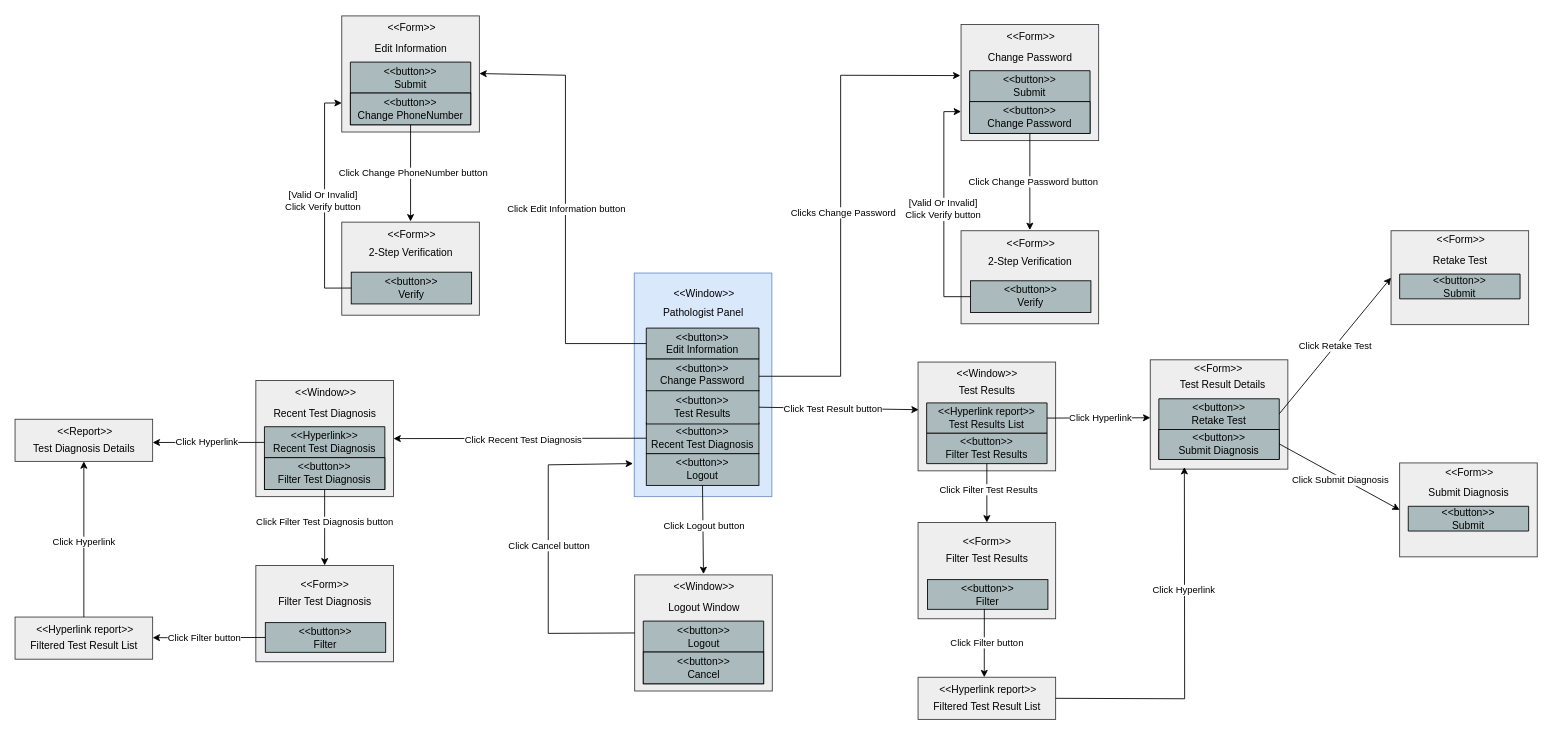
ArashSameni/SoftwareEngineering keeps this draw.io diagram as page "PathologistPanel" (6 of 7) of WindowsNavigationDiagram.drawio. Above is the earlier version. Source tidied: cells renumbered, new cells numbered last; positions are measured from the earlier drawing's top-left corner, leaving out a move shared by most shapes. Both pictures are drawn from the tidied source at 86%, with x=0, y=0 at pixel (15, 15).
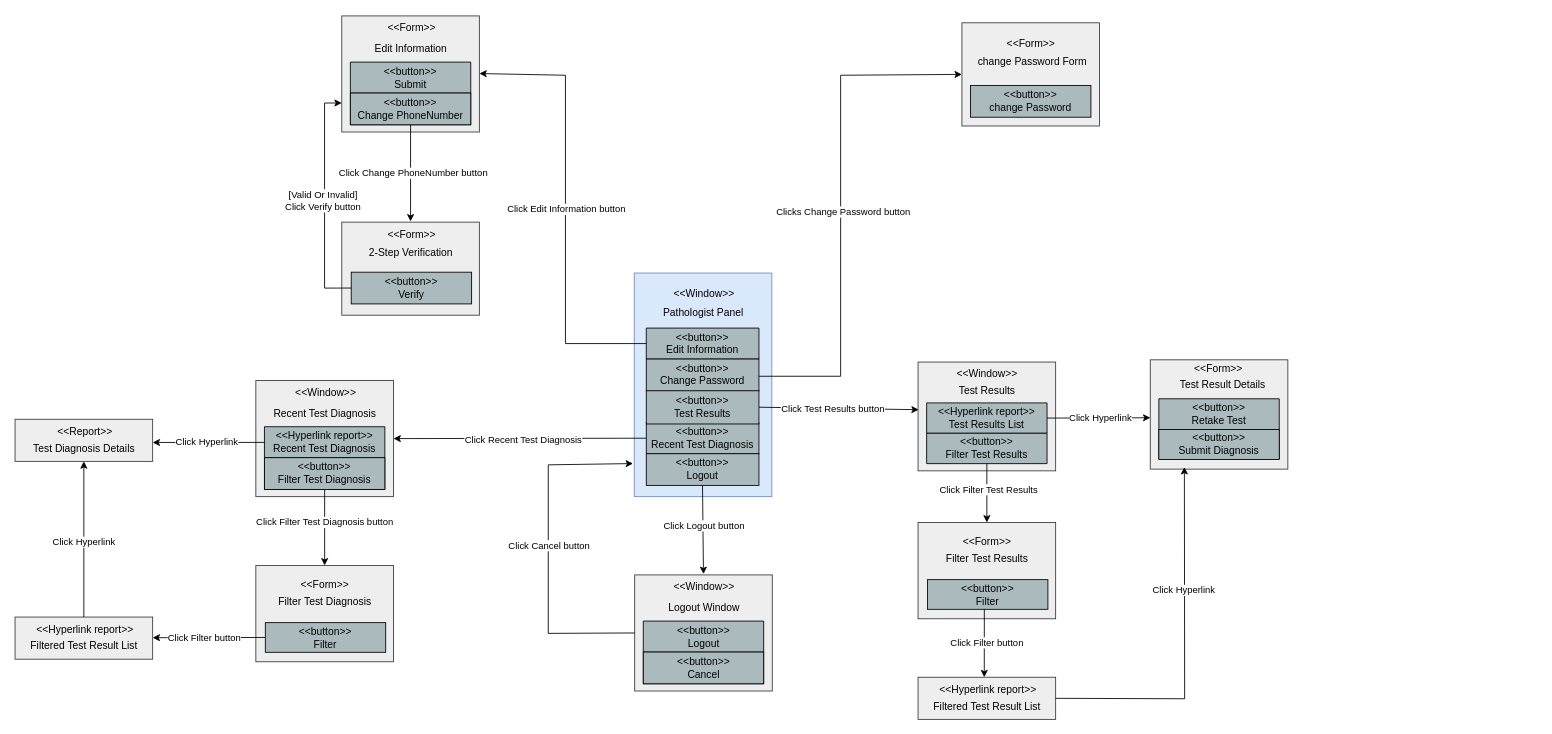
The same page after the edit.

Unchanged cells that the change refers to:
```xml
<mxCell id="8" style="endArrow=classic;html=1;rounded=0;entryX=0.005;entryY=0.438;entryDx=0;entryDy=0;exitX=1;exitY=0.5;exitDx=0;exitDy=0;entryPerimeter=0;" parent="1" edge="1" source="28" target="21">
  <mxGeometry relative="1" as="geometry" />
</mxCell>
<mxCell id="14" style="group;" parent="1" vertex="1">
  <mxGeometry x="280" y="424" width="160" height="136" as="geometry" />
</mxCell>
<mxCell id="74" value="&amp;lt;&amp;lt;button&amp;gt;&amp;gt;&lt;br&gt;Retake Test" style="swimlane;fontStyle=0;horizontal=1;startSize=36;whiteSpace=wrap;html=1;fillColor=#ABBBBD;strokeColor=#000000;fillStyle=auto;swimlaneFillColor=none;rounded=0;shadow=0;glass=0;swimlaneLine=1;noLabel=0;absoluteArcSize=0;portConstraintRotation=0;fixDash=0;backgroundOutline=0;enumerate=0;labelBackgroundColor=none;labelBorderColor=none;swimlaneHead=1;gradientColor=none;" parent="70" vertex="1">
  <mxGeometry x="10" y="46.2" width="140" height="70" as="geometry" />
</mxCell>
```

Diff of the diagram source:
```diff
@@
-    <mxCell id="9" value="Click Test Result button" style="edgeLabel;html=1;align=center;verticalAlign=middle;" parent="8" vertex="1">
+    <mxCell id="9" value="Click Test Results button" style="edgeLabel;html=1;align=center;verticalAlign=middle;" parent="8" vertex="1">
       <mxGeometry x="-0.07" relative="1" as="geometry" />
     </mxCell>
@@
-    <mxCell id="18" value="&amp;lt;&amp;lt;Hyperlink&amp;gt;&amp;gt;&lt;br&gt;Recent Test Diagnosis" style="swimlane;fontStyle=0;horizontal=1;startSize=36;whiteSpace=wrap;html=1;fillColor=#ABBBBD;strokeColor=#000000;fillStyle=auto;swimlaneFillColor=none;rounded=0;shadow=0;glass=0;swimlaneLine=1;noLabel=0;absoluteArcSize=0;portConstraintRotation=0;fixDash=0;backgroundOutline=0;enumerate=0;labelBackgroundColor=none;labelBorderColor=none;swimlaneHead=1;gradientColor=none;" parent="14" vertex="1">
+    <mxCell id="18" value="&amp;lt;&amp;lt;Hyperlink report&amp;gt;&amp;gt;&lt;br&gt;Recent Test Diagnosis" style="swimlane;fontStyle=0;horizontal=1;startSize=36;whiteSpace=wrap;html=1;fillColor=#ABBBBD;strokeColor=#000000;fillStyle=auto;swimlaneFillColor=none;rounded=0;shadow=0;glass=0;swimlaneLine=1;noLabel=0;absoluteArcSize=0;portConstraintRotation=0;fixDash=0;backgroundOutline=0;enumerate=0;labelBackgroundColor=none;labelBorderColor=none;swimlaneHead=1;gradientColor=none;" parent="14" vertex="1">
       <mxGeometry x="10" y="54.7" width="140" height="72.9" as="geometry" />
     </mxCell>
@@
-    <mxCell id="30" style="endArrow=classic;html=1;rounded=0;entryX=-0.005;entryY=0.444;entryDx=0;entryDy=0;entryPerimeter=0;" parent="1" edge="1" target="60">
+    <mxCell id="30" style="endArrow=classic;html=1;rounded=0;entryX=0;entryY=0.5;entryDx=0;entryDy=0;" parent="1" edge="1" target="128">
       <mxGeometry relative="1" as="geometry">
         <mxPoint x="865" y="420" as="sourcePoint" />
         <Array as="points">
           <mxPoint x="960" y="420" />
           <mxPoint x="960" y="70" />
         </Array>
       </mxGeometry>
     </mxCell>
-    <mxCell id="31" value="Clicks Change Password" style="edgeLabel;html=1;align=center;verticalAlign=middle;" parent="30" vertex="1">
+    <mxCell id="31" value="Clicks Change Password button" style="edgeLabel;html=1;align=center;verticalAlign=middle;" parent="30" vertex="1">
       <mxGeometry x="-0.02" y="-2" relative="1" as="geometry" />
     </mxCell>
@@
-    <mxCell id="55" style="group;" parent="1" vertex="1">
-      <mxGeometry x="1100" y="250" width="160" height="109" as="geometry" />
-    </mxCell>
-    <mxCell id="56" style="group;imageAlign=center;fillColor=#eeeeee;strokeColor=#36393d;imageVerticalAlign=top;fixDash=1;" parent="55" vertex="1">
-      <mxGeometry y="0.8" width="160" height="108.2" as="geometry" />
-    </mxCell>
-    <mxCell id="57" value="&amp;lt;&amp;lt;Form&amp;gt;&amp;gt;" style="text;html=1;align=center;verticalAlign=middle;strokeColor=none;fillColor=none;imageAlign=center;" parent="55" vertex="1">
-      <mxGeometry x="44" y="5.6" width="74" height="20.8" as="geometry" />
-    </mxCell>
-    <mxCell id="58" value="2-Step Verification" style="text;html=1;align=center;verticalAlign=middle;strokeColor=none;fillColor=none;imageAspect=0;imageVerticalAlign=top;fixDash=0;" parent="55" vertex="1">
-      <mxGeometry x="40" y="25.4" width="80" height="24" as="geometry" />
-    </mxCell>
-    <mxCell id="59" value="&amp;lt;&amp;lt;button&amp;gt;&amp;gt;&lt;br style=&quot;border-color: var(--border-color);&quot;&gt;Verify" style="text;align=center;verticalAlign=middle;spacingLeft=4;spacingRight=4;overflow=hidden;points=[[0,0.5],[1,0.5]];portConstraint=eastwest;html=1;labelBackgroundColor=none;whiteSpace=wrap;labelBorderColor=none;strokeColor=#000000;fillColor=#ABBBBD;" parent="55" vertex="1">
-      <mxGeometry x="11" y="59" width="140" height="36.9" as="geometry" />
-    </mxCell>
-    <mxCell id="60" style="group;" parent="1" vertex="1">
-      <mxGeometry x="1100" y="10" width="160" height="136" as="geometry" />
-    </mxCell>
-    <mxCell id="61" style="group;imageAlign=center;fillColor=#eeeeee;strokeColor=#36393d;imageVerticalAlign=top;fixDash=1;" parent="60" vertex="1">
-      <mxGeometry y="1" width="160" height="135" as="geometry" />
-    </mxCell>
-    <mxCell id="62" value="&amp;lt;&amp;lt;Form&amp;gt;&amp;gt;" style="text;html=1;align=center;verticalAlign=middle;strokeColor=none;fillColor=none;imageAlign=center;" parent="60" vertex="1">
-      <mxGeometry x="41" width="80" height="30" as="geometry" />
-    </mxCell>
-    <mxCell id="63" value="Change Password" style="text;html=1;align=center;verticalAlign=middle;strokeColor=none;fillColor=none;imageAspect=0;imageVerticalAlign=top;fixDash=0;" parent="60" vertex="1">
-      <mxGeometry x="40" y="24.7" width="80" height="30" as="geometry" />
-    </mxCell>
-    <mxCell id="64" value="&amp;lt;&amp;lt;button&amp;gt;&amp;gt;&lt;br&gt;Submit" style="swimlane;fontStyle=0;horizontal=1;startSize=36;whiteSpace=wrap;html=1;fillColor=#ABBBBD;strokeColor=#000000;fillStyle=auto;swimlaneFillColor=none;rounded=0;shadow=0;glass=0;swimlaneLine=1;noLabel=0;absoluteArcSize=0;portConstraintRotation=0;fixDash=0;backgroundOutline=0;enumerate=0;labelBackgroundColor=none;labelBorderColor=none;swimlaneHead=1;gradientColor=none;" parent="60" vertex="1">
-      <mxGeometry x="10" y="54.7" width="140" height="72.9" as="geometry" />
-    </mxCell>
-    <mxCell id="65" value="&amp;lt;&amp;lt;button&amp;gt;&amp;gt;&lt;br&gt;Change Password" style="text;align=center;verticalAlign=middle;spacingLeft=4;spacingRight=4;overflow=hidden;html=1;labelBackgroundColor=none;whiteSpace=wrap;labelBorderColor=none;strokeColor=#000000;fillColor=#ABBBBD;" parent="64" vertex="1">
-      <mxGeometry y="36" width="140" height="36.9" as="geometry" />
-    </mxCell>
-    <mxCell id="66" style="endArrow=classic;html=1;rounded=0;exitX=0.5;exitY=1;exitDx=0;exitDy=0;entryX=0.5;entryY=0;entryDx=0;entryDy=0;" parent="1" edge="1" source="64" target="55">
-      <mxGeometry relative="1" as="geometry" />
-    </mxCell>
-    <mxCell id="67" value="Click Change Password button" style="edgeLabel;html=1;align=center;verticalAlign=middle;" parent="66" vertex="1">
-      <mxGeometry relative="1" as="geometry">
-        <mxPoint x="3" as="offset" />
-      </mxGeometry>
-    </mxCell>
-    <mxCell id="68" style="edgeStyle=orthogonalEdgeStyle;rounded=0;jettySize=auto;html=1;exitX=0;exitY=0.5;exitDx=0;exitDy=0;entryX=0;entryY=0.75;entryDx=0;entryDy=0;" parent="1" edge="1" source="59" target="61">
-      <mxGeometry relative="1" as="geometry" />
-    </mxCell>
-    <mxCell id="69" value="[Valid Or Invalid]&lt;br style=&quot;border-color: var(--border-color);&quot;&gt;Click Verify button" style="edgeLabel;html=1;align=center;verticalAlign=middle;" parent="68" vertex="1">
-      <mxGeometry x="-0.04" y="2" relative="1" as="geometry">
-        <mxPoint y="-5" as="offset" />
-      </mxGeometry>
-    </mxCell>
@@
-    <mxCell id="85" style="group;" parent="1" vertex="1">
-      <mxGeometry x="1610" y="520" width="160" height="110" as="geometry" />
-    </mxCell>
-    <mxCell id="86" style="group;imageAlign=center;fillColor=#eeeeee;strokeColor=#36393d;imageVerticalAlign=top;fixDash=1;" parent="85" vertex="1">
-      <mxGeometry y="0.8" width="160" height="109.2" as="geometry" />
-    </mxCell>
-    <mxCell id="87" value="&amp;lt;&amp;lt;Form&amp;gt;&amp;gt;" style="text;html=1;align=center;verticalAlign=middle;strokeColor=none;fillColor=none;imageAlign=center;" parent="85" vertex="1">
-      <mxGeometry x="41" width="80" height="24.3" as="geometry" />
-    </mxCell>
-    <mxCell id="88" value="Submit Diagnosis" style="text;html=1;align=center;verticalAlign=middle;strokeColor=none;fillColor=none;imageAspect=0;imageVerticalAlign=top;fixDash=0;" parent="85" vertex="1">
-      <mxGeometry x="40" y="24" width="80" height="24.3" as="geometry" />
-    </mxCell>
-    <mxCell id="89" value="&amp;lt;&amp;lt;button&amp;gt;&amp;gt;&lt;br&gt;Submit" style="swimlane;fontStyle=0;horizontal=1;startSize=36;whiteSpace=wrap;html=1;fillColor=#ABBBBD;strokeColor=#000000;fillStyle=auto;swimlaneFillColor=none;rounded=0;shadow=0;glass=0;swimlaneLine=1;noLabel=0;absoluteArcSize=0;fixDash=0;backgroundOutline=0;enumerate=0;labelBackgroundColor=none;labelBorderColor=none;swimlaneHead=1;gradientColor=none;" parent="85" vertex="1">
-      <mxGeometry x="10" y="51.2" width="140" height="28.8" as="geometry" />
-    </mxCell>
@@
-    <mxCell id="98" style="group;" parent="1" vertex="1">
-      <mxGeometry x="1600" y="250" width="160" height="110" as="geometry" />
-    </mxCell>
-    <mxCell id="99" style="group;imageAlign=center;fillColor=#eeeeee;strokeColor=#36393d;imageVerticalAlign=top;fixDash=1;" parent="98" vertex="1">
-      <mxGeometry y="0.8" width="160" height="109.2" as="geometry" />
-    </mxCell>
-    <mxCell id="100" value="&amp;lt;&amp;lt;Form&amp;gt;&amp;gt;" style="text;html=1;align=center;verticalAlign=middle;strokeColor=none;fillColor=none;imageAlign=center;" parent="98" vertex="1">
-      <mxGeometry x="41" width="80" height="24.3" as="geometry" />
-    </mxCell>
-    <mxCell id="101" value="Retake Test" style="text;html=1;align=center;verticalAlign=middle;strokeColor=none;fillColor=none;imageAspect=0;imageVerticalAlign=top;fixDash=0;" parent="98" vertex="1">
-      <mxGeometry x="40" y="24" width="80" height="24.3" as="geometry" />
-    </mxCell>
-    <mxCell id="102" value="&amp;lt;&amp;lt;button&amp;gt;&amp;gt;&lt;br&gt;Submit" style="swimlane;fontStyle=0;horizontal=1;startSize=36;whiteSpace=wrap;html=1;fillColor=#ABBBBD;strokeColor=#000000;fillStyle=auto;swimlaneFillColor=none;rounded=0;shadow=0;glass=0;swimlaneLine=1;noLabel=0;absoluteArcSize=0;fixDash=0;backgroundOutline=0;enumerate=0;labelBackgroundColor=none;labelBorderColor=none;swimlaneHead=1;gradientColor=none;" parent="98" vertex="1">
-      <mxGeometry x="10" y="51.2" width="140" height="28.8" as="geometry" />
-    </mxCell>
-    <mxCell id="103" style="endArrow=classic;html=1;rounded=0;exitX=1;exitY=0.75;exitDx=0;exitDy=0;entryX=0;entryY=0.5;entryDx=0;entryDy=0;" parent="1" edge="1" source="74" target="86">
-      <mxGeometry relative="1" as="geometry" />
-    </mxCell>
-    <mxCell id="104" value="Click Submit Diagnosis" style="edgeLabel;html=1;align=center;verticalAlign=middle;" parent="103" vertex="1">
-      <mxGeometry x="-0.35" y="-1" relative="1" as="geometry">
-        <mxPoint x="25" y="16" as="offset" />
-      </mxGeometry>
-    </mxCell>
-    <mxCell id="105" value="Click Retake Test" style="endArrow=classic;html=1;rounded=0;entryX=0;entryY=0.5;entryDx=0;entryDy=0;exitX=1;exitY=0.25;exitDx=0;exitDy=0;" parent="1" edge="1" source="74" target="99">
-      <mxGeometry relative="1" as="geometry" />
-    </mxCell>
@@
+    <mxCell id="127" style="group;" parent="1" vertex="1">
+      <mxGeometry x="1101" y="9" width="160" height="120" as="geometry" />
+    </mxCell>
+    <mxCell id="128" style="group;imageAlign=center;fillColor=#eeeeee;strokeColor=#36393d;imageVerticalAlign=top;fixDash=1;" parent="127" vertex="1">
+      <mxGeometry width="160" height="120" as="geometry" />
+    </mxCell>
+    <mxCell id="129" value="&amp;lt;&amp;lt;Form&amp;gt;&amp;gt;" style="text;html=1;align=center;verticalAlign=middle;strokeColor=none;fillColor=none;imageAlign=center;" parent="127" vertex="1">
+      <mxGeometry x="40" y="10" width="80" height="30" as="geometry" />
+    </mxCell>
+    <mxCell id="130" value="&amp;nbsp;change Password Form" style="text;html=1;align=center;verticalAlign=middle;strokeColor=none;fillColor=none;imageAspect=0;imageVerticalAlign=top;fixDash=0;" parent="127" vertex="1">
+      <mxGeometry x="40" y="30" width="80" height="30" as="geometry" />
+    </mxCell>
+    <mxCell id="131" value="&amp;lt;&amp;lt;button&amp;gt;&amp;gt;&lt;br style=&quot;border-color: var(--border-color);&quot;&gt;change Password" style="text;align=center;verticalAlign=middle;spacingLeft=4;spacingRight=4;overflow=hidden;html=1;labelBackgroundColor=none;whiteSpace=wrap;labelBorderColor=none;strokeColor=#000000;fillColor=#ABBBBD;" parent="127" vertex="1">
+      <mxGeometry x="10" y="72.9" width="140" height="36.9" as="geometry" />
+    </mxCell>
```
